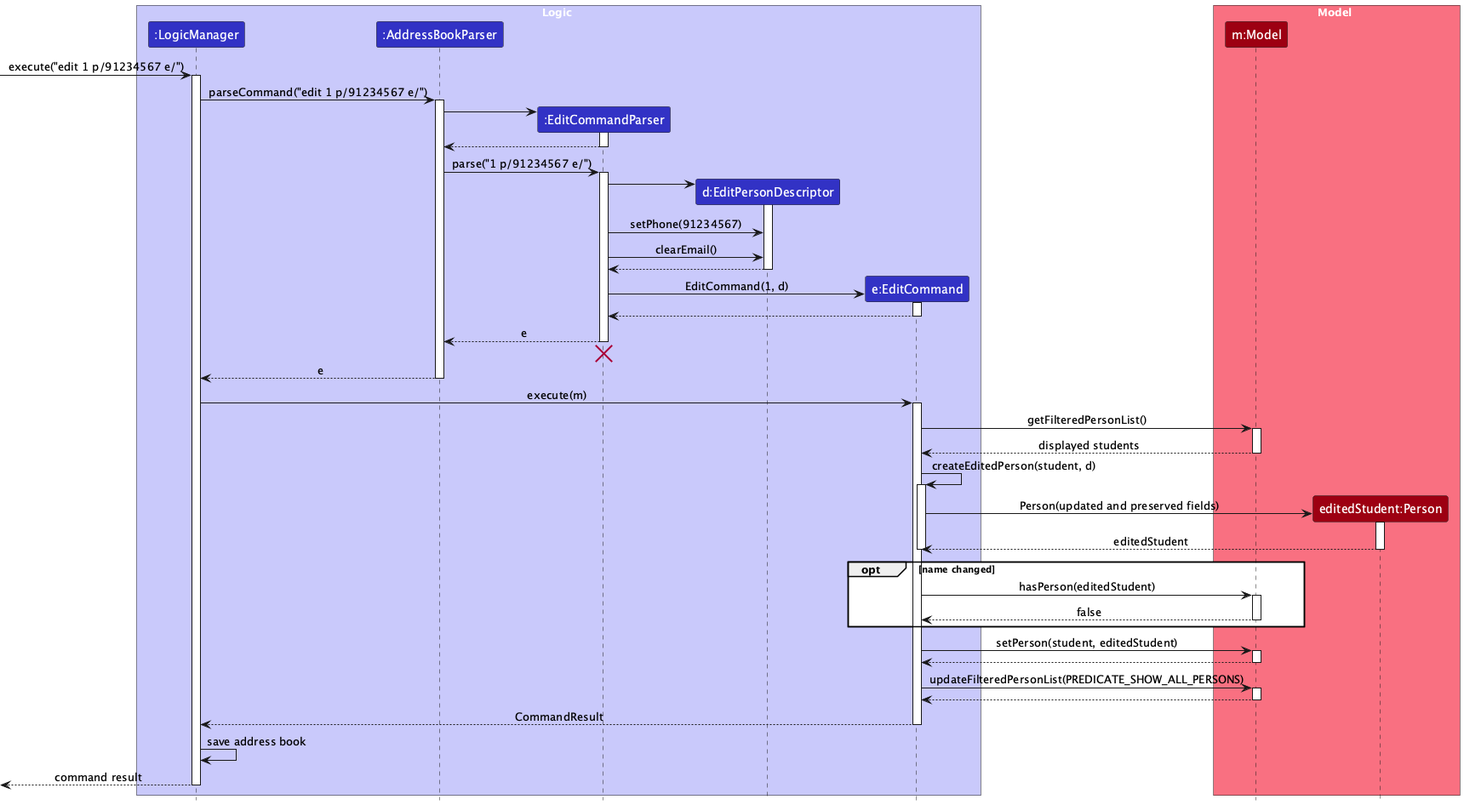
AY2627S1-CS2103T-W10-3/tp keeps this PlantUML diagram as docs/images/EditSequenceDiagram.png. Above is the earlier version.
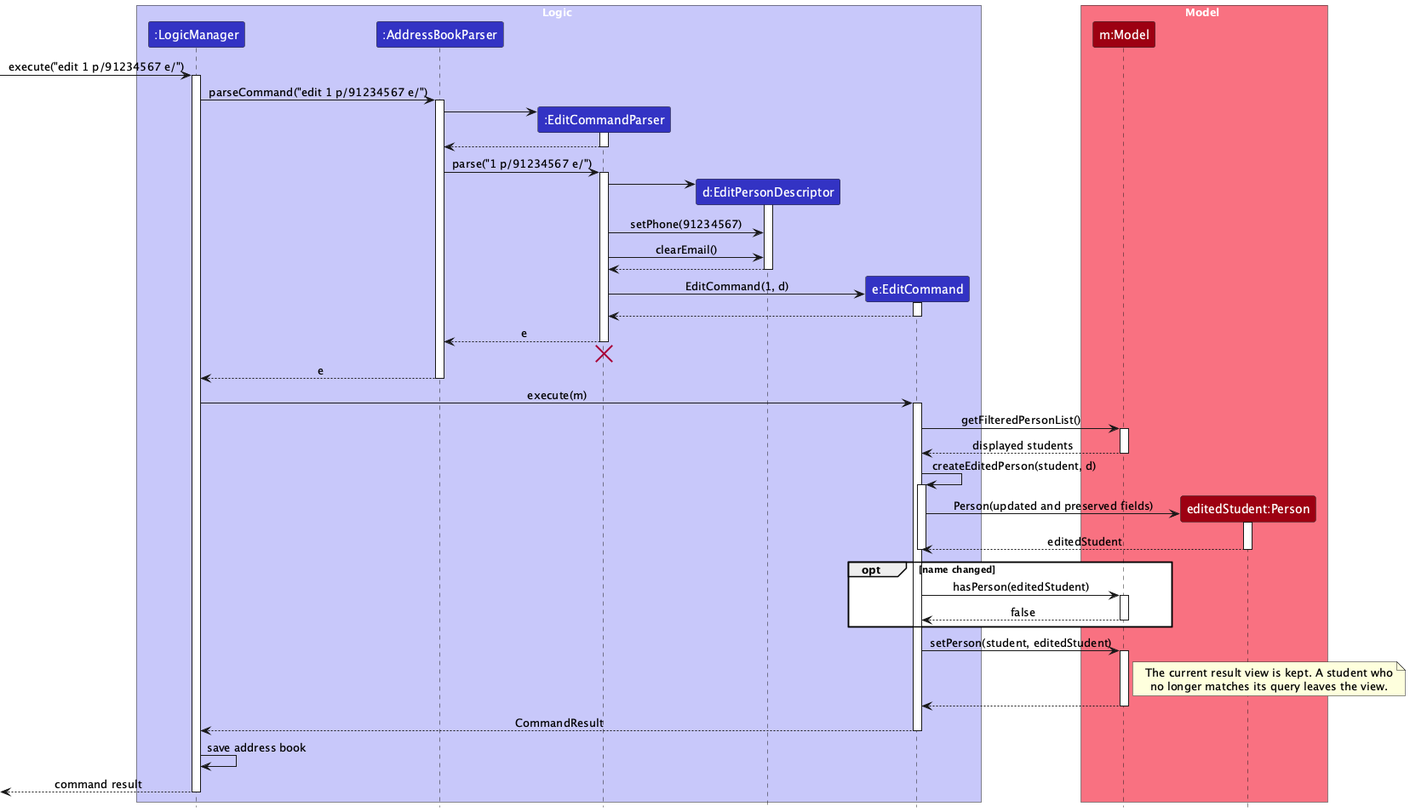
Above is the later version.

Commit message:
Keep the current query after editing a student

Diff of the diagram source:
```diff
@@ -76,11 +76,10 @@
 end
 EditCommand -> Model : setPerson(student, editedStudent)
 activate Model
-Model --> EditCommand
-deactivate Model
-
-EditCommand -> Model : updateFilteredPersonList(PREDICATE_SHOW_ALL_PERSONS)
-activate Model
+note right of Model
+The current result view is kept. A student who
+no longer matches its query leaves the view.
+end note
 Model --> EditCommand
 deactivate Model
 
```
